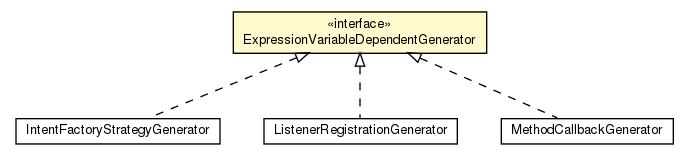
This is javadocs/main/org/androidtransfuse/gen/componentBuilder/ExpressionVariableDependentGenerator.png from johncarl81/transfuse, a Graphviz export, as it was before one commit. Its source is kept beside it as javadocs/main/org/androidtransfuse/gen/componentBuilder/ExpressionVariableDependentGenerator.dot. The source it was exported from:
```dot

digraph G {
	edge [fontname="Helvetica",fontsize=10,labelfontname="Helvetica",labelfontsize=10];
	node [fontname="Helvetica",fontsize=10,shape=plaintext];
	nodesep=0.25;
	ranksep=0.5;
	c70694 [label=<<table title="org.androidtransfuse.gen.IntentFactoryStrategyGenerator" border="0" cellborder="1" cellspacing="0" cellpadding="2" port="p" href="../IntentFactoryStrategyGenerator.html">
		<tr><td><table border="0" cellspacing="0" cellpadding="1">
<tr><td align="center" balign="center"> IntentFactoryStrategyGenerator </td></tr>
		</table></td></tr>
		</table>>, fontname="Helvetica", fontcolor="black", fontsize=10.0];
	c70762 [label=<<table title="org.androidtransfuse.gen.componentBuilder.ListenerRegistrationGenerator" border="0" cellborder="1" cellspacing="0" cellpadding="2" port="p" href="./ListenerRegistrationGenerator.html">
		<tr><td><table border="0" cellspacing="0" cellpadding="1">
<tr><td align="center" balign="center"> ListenerRegistrationGenerator </td></tr>
		</table></td></tr>
		</table>>, fontname="Helvetica", fontcolor="black", fontsize=10.0];
	c70764 [label=<<table title="org.androidtransfuse.gen.componentBuilder.MethodCallbackGenerator" border="0" cellborder="1" cellspacing="0" cellpadding="2" port="p" href="./MethodCallbackGenerator.html">
		<tr><td><table border="0" cellspacing="0" cellpadding="1">
<tr><td align="center" balign="center"> MethodCallbackGenerator </td></tr>
		</table></td></tr>
		</table>>, fontname="Helvetica", fontcolor="black", fontsize=10.0];
	c70765 [label=<<table title="org.androidtransfuse.gen.componentBuilder.ExpressionVariableDependentGenerator" border="0" cellborder="1" cellspacing="0" cellpadding="2" port="p" bgcolor="lemonChiffon" href="./ExpressionVariableDependentGenerator.html">
		<tr><td><table border="0" cellspacing="0" cellpadding="1">
<tr><td align="center" balign="center"> &#171;interface&#187; </td></tr>
<tr><td align="center" balign="center"> ExpressionVariableDependentGenerator </td></tr>
		</table></td></tr>
		</table>>, fontname="Helvetica", fontcolor="black", fontsize=10.0];
	c70765:p -> c70694:p [dir=back,arrowtail=empty,style=dashed];
	c70765:p -> c70762:p [dir=back,arrowtail=empty,style=dashed];
	c70765:p -> c70764:p [dir=back,arrowtail=empty,style=dashed];
}
```
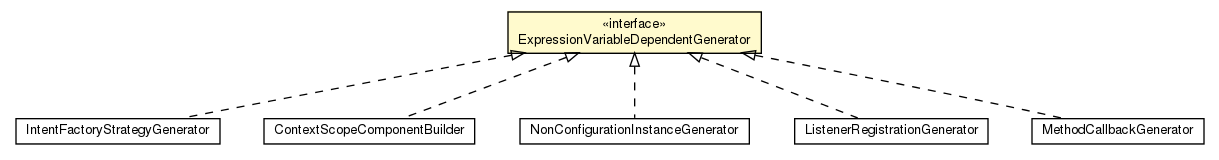
Above is the later version.

What changed in the source:
```diff
@@ -4,28 +4,40 @@
 	node [fontname="Helvetica",fontsize=10,shape=plaintext];
 	nodesep=0.25;
 	ranksep=0.5;
-	c70694 [label=<<table title="org.androidtransfuse.gen.IntentFactoryStrategyGenerator" border="0" cellborder="1" cellspacing="0" cellpadding="2" port="p" href="../IntentFactoryStrategyGenerator.html">
+	c87559 [label=<<table title="org.androidtransfuse.gen.IntentFactoryStrategyGenerator" border="0" cellborder="1" cellspacing="0" cellpadding="2" port="p" href="../IntentFactoryStrategyGenerator.html">
 		<tr><td><table border="0" cellspacing="0" cellpadding="1">
 <tr><td align="center" balign="center"> IntentFactoryStrategyGenerator </td></tr>
 		</table></td></tr>
 		</table>>, fontname="Helvetica", fontcolor="black", fontsize=10.0];
-	c70762 [label=<<table title="org.androidtransfuse.gen.componentBuilder.ListenerRegistrationGenerator" border="0" cellborder="1" cellspacing="0" cellpadding="2" port="p" href="./ListenerRegistrationGenerator.html">
+	c87634 [label=<<table title="org.androidtransfuse.gen.componentBuilder.ContextScopeComponentBuilder" border="0" cellborder="1" cellspacing="0" cellpadding="2" port="p" href="./ContextScopeComponentBuilder.html">
+		<tr><td><table border="0" cellspacing="0" cellpadding="1">
+<tr><td align="center" balign="center"> ContextScopeComponentBuilder </td></tr>
+		</table></td></tr>
+		</table>>, fontname="Helvetica", fontcolor="black", fontsize=10.0];
+	c87637 [label=<<table title="org.androidtransfuse.gen.componentBuilder.NonConfigurationInstanceGenerator" border="0" cellborder="1" cellspacing="0" cellpadding="2" port="p" href="./NonConfigurationInstanceGenerator.html">
+		<tr><td><table border="0" cellspacing="0" cellpadding="1">
+<tr><td align="center" balign="center"> NonConfigurationInstanceGenerator </td></tr>
+		</table></td></tr>
+		</table>>, fontname="Helvetica", fontcolor="black", fontsize=10.0];
+	c87639 [label=<<table title="org.androidtransfuse.gen.componentBuilder.ListenerRegistrationGenerator" border="0" cellborder="1" cellspacing="0" cellpadding="2" port="p" href="./ListenerRegistrationGenerator.html">
 		<tr><td><table border="0" cellspacing="0" cellpadding="1">
 <tr><td align="center" balign="center"> ListenerRegistrationGenerator </td></tr>
 		</table></td></tr>
 		</table>>, fontname="Helvetica", fontcolor="black", fontsize=10.0];
-	c70764 [label=<<table title="org.androidtransfuse.gen.componentBuilder.MethodCallbackGenerator" border="0" cellborder="1" cellspacing="0" cellpadding="2" port="p" href="./MethodCallbackGenerator.html">
+	c87642 [label=<<table title="org.androidtransfuse.gen.componentBuilder.MethodCallbackGenerator" border="0" cellborder="1" cellspacing="0" cellpadding="2" port="p" href="./MethodCallbackGenerator.html">
 		<tr><td><table border="0" cellspacing="0" cellpadding="1">
 <tr><td align="center" balign="center"> MethodCallbackGenerator </td></tr>
 		</table></td></tr>
 		</table>>, fontname="Helvetica", fontcolor="black", fontsize=10.0];
-	c70765 [label=<<table title="org.androidtransfuse.gen.componentBuilder.ExpressionVariableDependentGenerator" border="0" cellborder="1" cellspacing="0" cellpadding="2" port="p" bgcolor="lemonChiffon" href="./ExpressionVariableDependentGenerator.html">
+	c87644 [label=<<table title="org.androidtransfuse.gen.componentBuilder.ExpressionVariableDependentGenerator" border="0" cellborder="1" cellspacing="0" cellpadding="2" port="p" bgcolor="lemonChiffon" href="./ExpressionVariableDependentGenerator.html">
 		<tr><td><table border="0" cellspacing="0" cellpadding="1">
 <tr><td align="center" balign="center"> &#171;interface&#187; </td></tr>
 <tr><td align="center" balign="center"> ExpressionVariableDependentGenerator </td></tr>
 		</table></td></tr>
 		</table>>, fontname="Helvetica", fontcolor="black", fontsize=10.0];
-	c70765:p -> c70694:p [dir=back,arrowtail=empty,style=dashed];
-	c70765:p -> c70762:p [dir=back,arrowtail=empty,style=dashed];
-	c70765:p -> c70764:p [dir=back,arrowtail=empty,style=dashed];
+	c87644:p -> c87559:p [dir=back,arrowtail=empty,style=dashed];
+	c87644:p -> c87634:p [dir=back,arrowtail=empty,style=dashed];
+	c87644:p -> c87637:p [dir=back,arrowtail=empty,style=dashed];
+	c87644:p -> c87639:p [dir=back,arrowtail=empty,style=dashed];
+	c87644:p -> c87642:p [dir=back,arrowtail=empty,style=dashed];
 }
```
